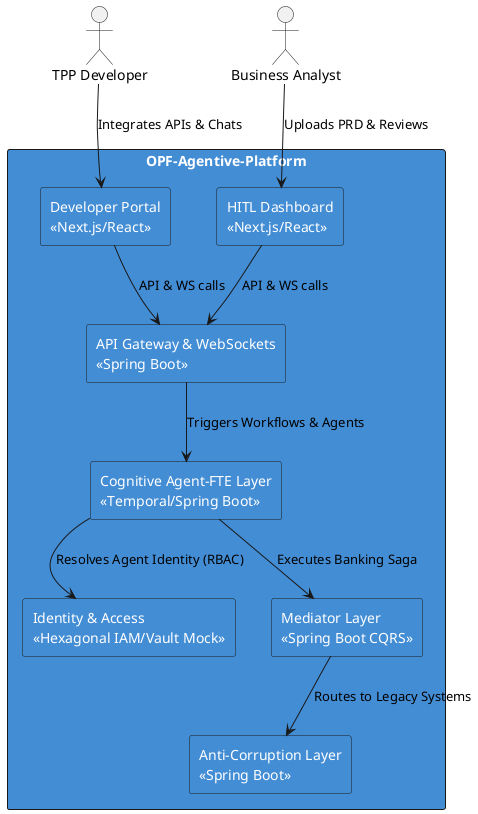
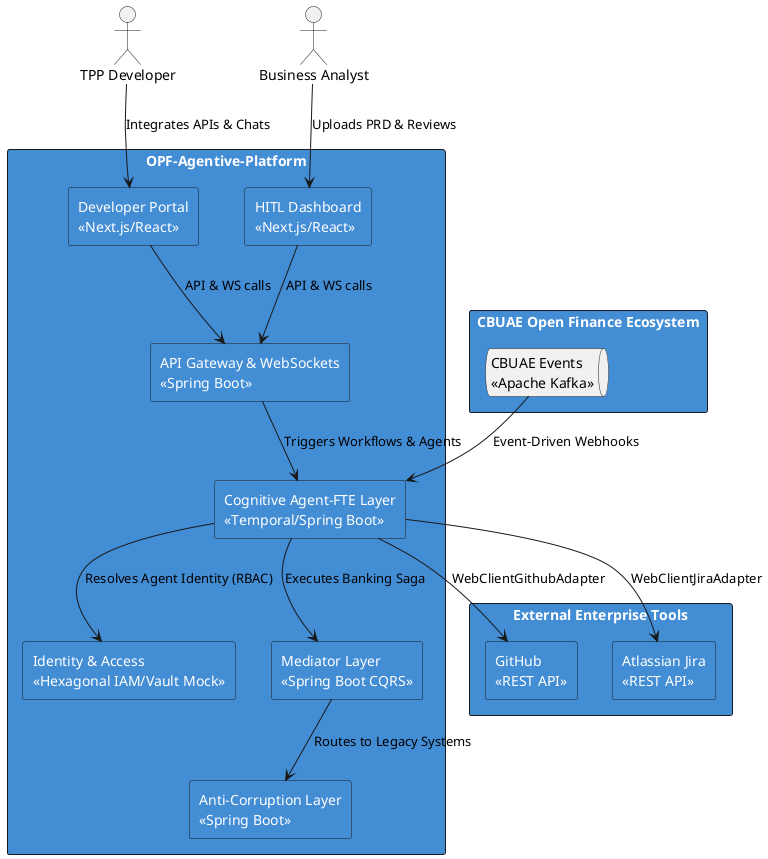
@startuml C4_Container
skinparam rectangle {
    BackgroundColor #438dd5
    FontColor white
}

actor "TPP Developer" as dev
actor "Business Analyst" as ba
+ 
+ rectangle "CBUAE Open Finance Ecosystem" {
+     queue "CBUAE Events\n<<Apache Kafka>>" as kafka
+ }

rectangle "OPF-Agentive-Platform" {
    rectangle "Developer Portal\n<<Next.js/React>>" as devPortal
    rectangle "HITL Dashboard\n<<Next.js/React>>" as hitlPortal

    rectangle "API Gateway & WebSockets\n<<Spring Boot>>" as gateway

    rectangle "Cognitive Agent-FTE Layer\n<<Temporal/Spring Boot>>" as cog
    rectangle "Identity & Access\n<<Hexagonal IAM/Vault Mock>>" as idp
    rectangle "Mediator Layer\n<<Spring Boot CQRS>>" as med
    rectangle "Anti-Corruption Layer\n<<Spring Boot>>" as acl
}

+ rectangle "External Enterprise Tools" {
+     rectangle "GitHub\n<<REST API>>" as github
+     rectangle "Atlassian Jira\n<<REST API>>" as jira
+ }
+ 
dev --> devPortal : Integrates APIs & Chats
ba --> hitlPortal : Uploads PRD & Reviews
devPortal --> gateway : API & WS calls
hitlPortal --> gateway : API & WS calls
+ kafka --> cog : Event-Driven Webhooks
gateway --> cog : Triggers Workflows & Agents
cog --> idp : Resolves Agent Identity (RBAC)
+ cog --> github : WebClientGithubAdapter
+ cog --> jira : WebClientJiraAdapter
cog --> med : Executes Banking Saga
med --> acl : Routes to Legacy Systems

@enduml
